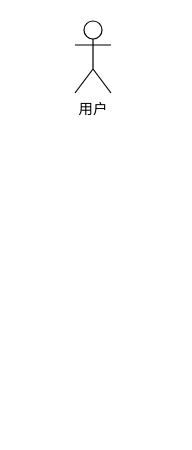
This is 云盘列表数据流转.drawio from huanjiesm/courseware-draw, a draw.io file, before an edit. Source tidied: cells renumbered, new cells numbered last; positions are measured from the earlier drawing's top-left corner, leaving out a move shared by most shapes. Both pictures are drawn from the tidied source at 120%, with x=0, y=0 at pixel (74, 20).
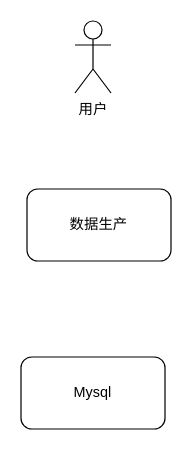
Above is the later version.

Commit message (it also covers changes not shown here):
更新云盘列表数据流转.drawio

What changed in the source:
```diff
@@
 <mxGraphModel>
   <root>
     <mxCell id="0" />
     <mxCell id="1" parent="0" />
     <mxCell id="2" value="用户" style="shape=umlActor;verticalLabelPosition=bottom;verticalAlign=top;html=1;" parent="1" vertex="1">
       <mxGeometry width="30" height="60" as="geometry" />
     </mxCell>
+    <mxCell id="3" value="数据生产" style="rounded=1;whiteSpace=wrap;html=1;" parent="1" vertex="1">
+      <mxGeometry x="-40" y="140" width="120" height="60" as="geometry" />
+    </mxCell>
+    <mxCell id="4" value="Mysql" style="rounded=1;whiteSpace=wrap;html=1;" parent="1" vertex="1">
+      <mxGeometry x="-45" y="280" width="120" height="60" as="geometry" />
+    </mxCell>
   </root>
 </mxGraphModel>
```
